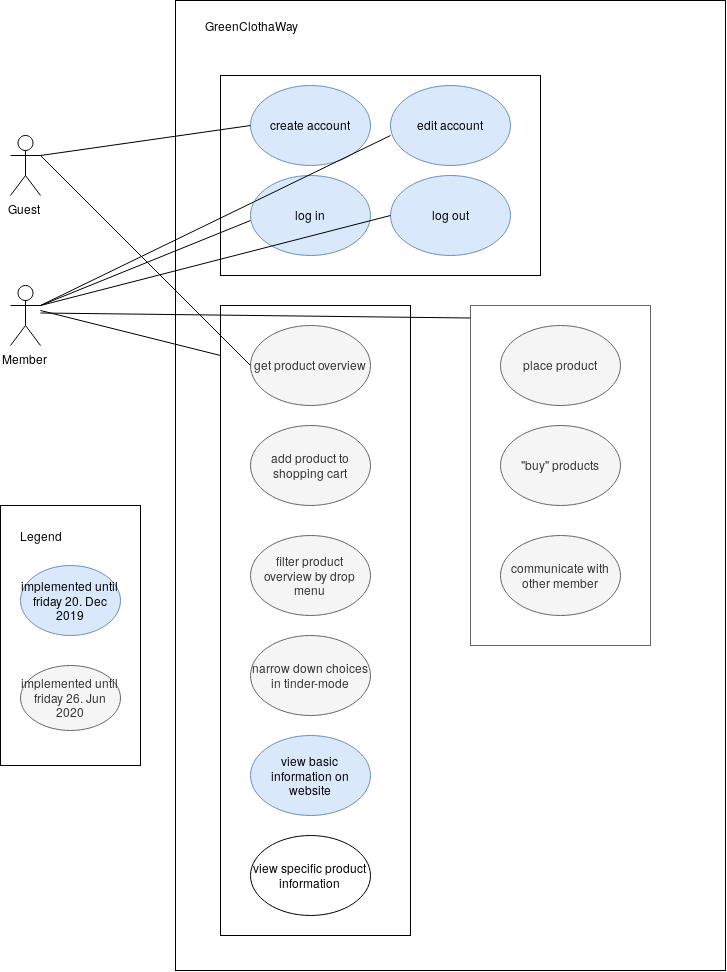
The draw.io diagram doc/GCW_UML.png in enrikb/Website, before a commit. Source tidied: cells renumbered, new cells last; positions are measured from the earlier drawing's top-left corner, leaving out a move shared by most shapes. Its diagram source:
```xml
<mxGraphModel>
  <root>
    <mxCell id="0" />
    <mxCell id="1" parent="0" />
    <mxCell id="2" value="Guest" style="shape=umlActor;verticalLabelPosition=bottom;labelBackgroundColor=#ffffff;verticalAlign=top;html=1;outlineConnect=0;" parent="1" vertex="1">
      <mxGeometry x="10" y="135" width="30" height="60" as="geometry" />
    </mxCell>
    <mxCell id="3" value="Member" style="shape=umlActor;verticalLabelPosition=bottom;labelBackgroundColor=#ffffff;verticalAlign=top;html=1;outlineConnect=0;" parent="1" vertex="1">
      <mxGeometry x="10" y="285" width="30" height="60" as="geometry" />
    </mxCell>
    <mxCell id="4" value="create account" style="ellipse;whiteSpace=wrap;html=1;fillColor=#dae8fc;strokeColor=#6c8ebf;" parent="1" vertex="1">
      <mxGeometry x="250" y="85" width="120" height="80" as="geometry" />
    </mxCell>
    <mxCell id="5" value="edit account" style="ellipse;whiteSpace=wrap;html=1;fillColor=#dae8fc;strokeColor=#6c8ebf;" parent="1" vertex="1">
      <mxGeometry x="390" y="85" width="120" height="80" as="geometry" />
    </mxCell>
    <mxCell id="6" value="log in" style="ellipse;whiteSpace=wrap;html=1;fillColor=#dae8fc;strokeColor=#6c8ebf;" parent="1" vertex="1">
      <mxGeometry x="250" y="175" width="120" height="80" as="geometry" />
    </mxCell>
    <mxCell id="7" value="log out" style="ellipse;whiteSpace=wrap;html=1;fillColor=#dae8fc;strokeColor=#6c8ebf;" parent="1" vertex="1">
      <mxGeometry x="390" y="175" width="120" height="80" as="geometry" />
    </mxCell>
    <mxCell id="8" style="rounded=0;whiteSpace=wrap;html=1;gradientColor=none;fillColor=none;" parent="1" vertex="1">
      <mxGeometry x="220" y="75" width="320" height="200" as="geometry" />
    </mxCell>
    <mxCell id="9" value="get product overview" style="ellipse;whiteSpace=wrap;html=1;fillColor=#f5f5f5;strokeColor=#666666;fontColor=#333333;" parent="1" vertex="1">
      <mxGeometry x="250" y="325" width="120" height="80" as="geometry" />
    </mxCell>
    <mxCell id="10" value="place product" style="ellipse;whiteSpace=wrap;html=1;fillColor=#f5f5f5;strokeColor=#666666;fontColor=#333333;" parent="1" vertex="1">
      <mxGeometry x="500" y="325" width="120" height="80" as="geometry" />
    </mxCell>
    <mxCell id="11" value="&quot;buy&quot; products" style="ellipse;whiteSpace=wrap;html=1;fillColor=#f5f5f5;strokeColor=#666666;fontColor=#333333;" parent="1" vertex="1">
      <mxGeometry x="500" y="425" width="120" height="80" as="geometry" />
    </mxCell>
    <mxCell id="12" value="add product to shopping cart" style="ellipse;whiteSpace=wrap;html=1;fillColor=#f5f5f5;strokeColor=#666666;fontColor=#333333;" parent="1" vertex="1">
      <mxGeometry x="250" y="425" width="120" height="80" as="geometry" />
    </mxCell>
    <mxCell id="13" value="communicate with other member" style="ellipse;whiteSpace=wrap;html=1;fillColor=#f5f5f5;strokeColor=#666666;fontColor=#333333;" parent="1" vertex="1">
      <mxGeometry x="500" y="535" width="120" height="80" as="geometry" />
    </mxCell>
    <mxCell id="14" style="rounded=0;whiteSpace=wrap;html=1;fillColor=none;gradientColor=none;" parent="1" vertex="1">
      <mxGeometry x="220" y="305" width="190" height="630" as="geometry" />
    </mxCell>
    <mxCell id="15" style="rounded=0;whiteSpace=wrap;html=1;fillColor=none;strokeColor=#666666;fontColor=#333333;" parent="1" vertex="1">
      <mxGeometry x="470" y="305" width="180" height="340" as="geometry" />
    </mxCell>
    <mxCell id="16" value="filter product overview by drop menu" style="ellipse;whiteSpace=wrap;html=1;fillColor=#f5f5f5;strokeColor=#666666;fontColor=#333333;" parent="1" vertex="1">
      <mxGeometry x="250" y="535" width="120" height="80" as="geometry" />
    </mxCell>
    <mxCell id="17" value="narrow down choices in tinder-mode" style="ellipse;whiteSpace=wrap;html=1;fillColor=#f5f5f5;strokeColor=#666666;fontColor=#333333;" parent="1" vertex="1">
      <mxGeometry x="250" y="635" width="120" height="80" as="geometry" />
    </mxCell>
    <mxCell id="18" style="rounded=0;whiteSpace=wrap;html=1;fillColor=none;gradientColor=none;" parent="1" vertex="1">
      <mxGeometry y="505" width="140" height="260" as="geometry" />
    </mxCell>
    <mxCell id="19" value="Legend" style="text;html=1;strokeColor=none;fillColor=none;align=center;verticalAlign=middle;whiteSpace=wrap;rounded=0;" parent="1" vertex="1">
      <mxGeometry x="20" y="525" width="40" height="20" as="geometry" />
    </mxCell>
    <mxCell id="20" value="implemented until friday 26. Jun 2020" style="ellipse;whiteSpace=wrap;html=1;fillColor=#f5f5f5;strokeColor=#666666;fontColor=#333333;" parent="1" vertex="1">
      <mxGeometry x="20" y="665" width="100" height="65" as="geometry" />
    </mxCell>
    <mxCell id="21" value="view basic information on website" style="ellipse;whiteSpace=wrap;html=1;fillColor=#dae8fc;strokeColor=#6c8ebf;" parent="1" vertex="1">
      <mxGeometry x="250" y="735" width="120" height="80" as="geometry" />
    </mxCell>
    <mxCell id="22" value="view specific product information" style="ellipse;whiteSpace=wrap;html=1;fillColor=none;gradientColor=none;" parent="1" vertex="1">
      <mxGeometry x="250" y="835" width="120" height="80" as="geometry" />
    </mxCell>
    <mxCell id="23" style="rounded=0;whiteSpace=wrap;html=1;fillColor=none;" parent="1" vertex="1">
      <mxGeometry x="175" width="550" height="970" as="geometry" />
    </mxCell>
    <mxCell id="24" value="GreenClothaWay" style="text;html=1;strokeColor=none;fillColor=none;align=center;verticalAlign=middle;whiteSpace=wrap;rounded=0;" parent="1" vertex="1">
      <mxGeometry x="170" y="15" width="160" height="20" as="geometry" />
    </mxCell>
    <mxCell id="25" value="implemented until friday 20. Dec 2019" style="ellipse;whiteSpace=wrap;html=1;fillColor=#dae8fc;strokeColor=#6c8ebf;" parent="1" vertex="1">
      <mxGeometry x="20" y="565" width="100" height="70" as="geometry" />
    </mxCell>
    <mxCell id="26" style="endArrow=none;html=1;exitX=1;exitY=0.3333333333333333;exitDx=0;exitDy=0;exitPerimeter=0;" parent="1" edge="1" source="2">
      <mxGeometry relative="1" as="geometry">
        <mxPoint x="250" y="125" as="targetPoint" />
      </mxGeometry>
    </mxCell>
    <mxCell id="27" style="endArrow=none;html=1;exitX=1;exitY=0.3333333333333333;exitDx=0;exitDy=0;exitPerimeter=0;" parent="1" edge="1" source="3">
      <mxGeometry relative="1" as="geometry">
        <mxPoint x="390" y="135" as="targetPoint" />
      </mxGeometry>
    </mxCell>
    <mxCell id="28" style="endArrow=none;html=1;exitX=1;exitY=0.3333333333333333;exitDx=0;exitDy=0;exitPerimeter=0;" parent="1" edge="1" source="2">
      <mxGeometry relative="1" as="geometry">
        <mxPoint x="250" y="365" as="targetPoint" />
      </mxGeometry>
    </mxCell>
    <mxCell id="29" style="endArrow=none;html=1;exitX=1;exitY=0.3333333333333333;exitDx=0;exitDy=0;exitPerimeter=0;" parent="1" edge="1" source="3">
      <mxGeometry relative="1" as="geometry">
        <mxPoint x="250" y="220" as="targetPoint" />
      </mxGeometry>
    </mxCell>
    <mxCell id="30" style="endArrow=none;html=1;exitX=1;exitY=0.3333333333333333;exitDx=0;exitDy=0;exitPerimeter=0;" parent="1" edge="1" source="3">
      <mxGeometry relative="1" as="geometry">
        <mxPoint x="390" y="215" as="targetPoint" />
      </mxGeometry>
    </mxCell>
    <mxCell id="31" style="endArrow=none;html=1;" parent="1" edge="1">
      <mxGeometry relative="1" as="geometry">
        <mxPoint x="40" y="312.5" as="sourcePoint" />
        <mxPoint x="470" y="317.5" as="targetPoint" />
      </mxGeometry>
    </mxCell>
    <mxCell id="32" style="endArrow=none;html=1;" parent="1" edge="1">
      <mxGeometry relative="1" as="geometry">
        <mxPoint x="40" y="310" as="sourcePoint" />
        <mxPoint x="220" y="355" as="targetPoint" />
      </mxGeometry>
    </mxCell>
  </root>
</mxGraphModel>
```
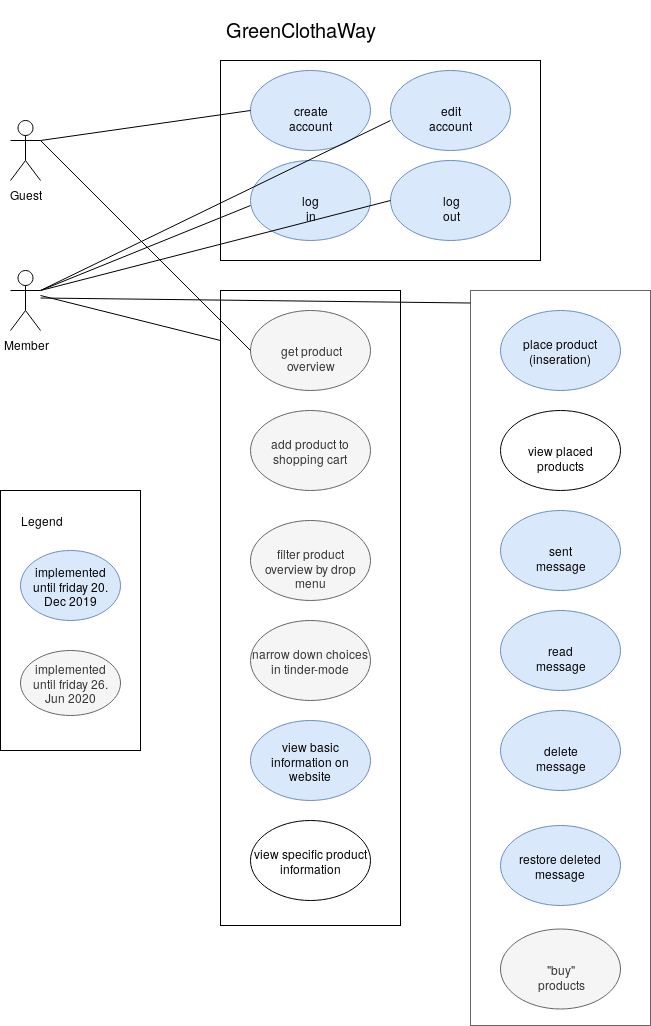
Later version of the same file.

Commit message:
^GCW-41 work Documentation 20m yup

The edit, as a diff of the source:
```diff
@@ -26,23 +26,23 @@
     <mxCell id="9" value="get product overview" style="ellipse;whiteSpace=wrap;html=1;fillColor=#f5f5f5;strokeColor=#666666;fontColor=#333333;" parent="1" vertex="1">
       <mxGeometry x="250" y="325" width="120" height="80" as="geometry" />
     </mxCell>
-    <mxCell id="10" value="place product" style="ellipse;whiteSpace=wrap;html=1;fillColor=#f5f5f5;strokeColor=#666666;fontColor=#333333;" parent="1" vertex="1">
+    <mxCell id="10" value="place product (inseration)" style="ellipse;whiteSpace=wrap;html=1;fillColor=#dae8fc;strokeColor=#6c8ebf;" parent="1" vertex="1">
       <mxGeometry x="500" y="325" width="120" height="80" as="geometry" />
     </mxCell>
     <mxCell id="11" value="&quot;buy&quot; products" style="ellipse;whiteSpace=wrap;html=1;fillColor=#f5f5f5;strokeColor=#666666;fontColor=#333333;" parent="1" vertex="1">
-      <mxGeometry x="500" y="425" width="120" height="80" as="geometry" />
+      <mxGeometry x="500" y="943.5" width="120" height="80" as="geometry" />
     </mxCell>
     <mxCell id="12" value="add product to shopping cart" style="ellipse;whiteSpace=wrap;html=1;fillColor=#f5f5f5;strokeColor=#666666;fontColor=#333333;" parent="1" vertex="1">
       <mxGeometry x="250" y="425" width="120" height="80" as="geometry" />
     </mxCell>
-    <mxCell id="13" value="communicate with other member" style="ellipse;whiteSpace=wrap;html=1;fillColor=#f5f5f5;strokeColor=#666666;fontColor=#333333;" parent="1" vertex="1">
-      <mxGeometry x="500" y="535" width="120" height="80" as="geometry" />
+    <mxCell id="13" value="read message" style="ellipse;whiteSpace=wrap;html=1;fillColor=#dae8fc;strokeColor=#6c8ebf;" parent="1" vertex="1">
+      <mxGeometry x="500" y="625" width="120" height="80" as="geometry" />
     </mxCell>
     <mxCell id="14" style="rounded=0;whiteSpace=wrap;html=1;fillColor=none;gradientColor=none;" parent="1" vertex="1">
-      <mxGeometry x="220" y="305" width="190" height="630" as="geometry" />
+      <mxGeometry x="220" y="305" width="180" height="635" as="geometry" />
     </mxCell>
     <mxCell id="15" style="rounded=0;whiteSpace=wrap;html=1;fillColor=none;strokeColor=#666666;fontColor=#333333;" parent="1" vertex="1">
-      <mxGeometry x="470" y="305" width="180" height="340" as="geometry" />
+      <mxGeometry x="470" y="305" width="180" height="735" as="geometry" />
     </mxCell>
     <mxCell id="16" value="filter product overview by drop menu" style="ellipse;whiteSpace=wrap;html=1;fillColor=#f5f5f5;strokeColor=#666666;fontColor=#333333;" parent="1" vertex="1">
       <mxGeometry x="250" y="535" width="120" height="80" as="geometry" />
@@ -65,11 +65,8 @@
     <mxCell id="22" value="view specific product information" style="ellipse;whiteSpace=wrap;html=1;fillColor=none;gradientColor=none;" parent="1" vertex="1">
       <mxGeometry x="250" y="835" width="120" height="80" as="geometry" />
     </mxCell>
-    <mxCell id="23" style="rounded=0;whiteSpace=wrap;html=1;fillColor=none;" parent="1" vertex="1">
-      <mxGeometry x="175" width="550" height="970" as="geometry" />
-    </mxCell>
-    <mxCell id="24" value="GreenClothaWay" style="text;html=1;strokeColor=none;fillColor=none;align=center;verticalAlign=middle;whiteSpace=wrap;rounded=0;" parent="1" vertex="1">
-      <mxGeometry x="170" y="15" width="160" height="20" as="geometry" />
+    <mxCell id="24" value="&lt;font style=&quot;font-size: 20px&quot;&gt;GreenClothaWay&lt;/font&gt;" style="text;html=1;strokeColor=none;fillColor=none;align=center;verticalAlign=middle;whiteSpace=wrap;rounded=0;" parent="1" vertex="1">
+      <mxGeometry x="170" y="15" width="260" height="55" as="geometry" />
     </mxCell>
     <mxCell id="25" value="implemented until friday 20. Dec 2019" style="ellipse;whiteSpace=wrap;html=1;fillColor=#dae8fc;strokeColor=#6c8ebf;" parent="1" vertex="1">
       <mxGeometry x="20" y="565" width="100" height="70" as="geometry" />
@@ -111,5 +108,17 @@
         <mxPoint x="220" y="355" as="targetPoint" />
       </mxGeometry>
     </mxCell>
+    <mxCell id="33" value="delete message" style="ellipse;whiteSpace=wrap;html=1;fillColor=#dae8fc;strokeColor=#6c8ebf;" parent="1" vertex="1">
+      <mxGeometry x="500" y="725" width="120" height="80" as="geometry" />
+    </mxCell>
+    <mxCell id="34" value="sent message" style="ellipse;whiteSpace=wrap;html=1;fillColor=#dae8fc;strokeColor=#6c8ebf;" parent="1" vertex="1">
+      <mxGeometry x="500" y="525" width="120" height="80" as="geometry" />
+    </mxCell>
+    <mxCell id="35" value="restore deleted message" style="ellipse;whiteSpace=wrap;html=1;fillColor=#dae8fc;strokeColor=#6c8ebf;" parent="1" vertex="1">
+      <mxGeometry x="500" y="840" width="120" height="80" as="geometry" />
+    </mxCell>
+    <mxCell id="36" value="view placed products" style="ellipse;whiteSpace=wrap;html=1;" parent="1" vertex="1">
+      <mxGeometry x="500" y="425" width="120" height="80" as="geometry" />
+    </mxCell>
   </root>
 </mxGraphModel>
```
